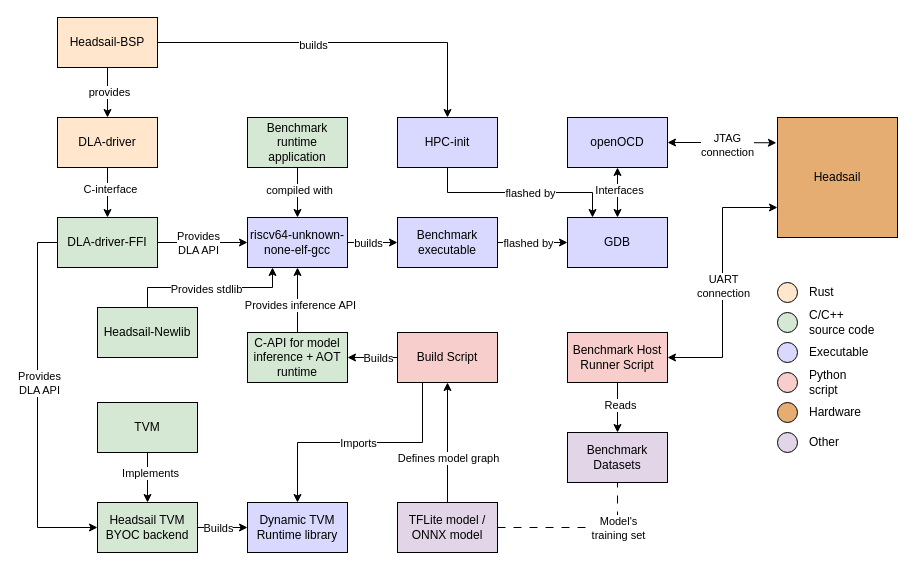
Before: drawio/dla-architecture-new.drawio in vilukissa68/masters-thesis, a draw.io diagram. Source tidied: cells renumbered, new cells numbered last; positions are measured from the earlier drawing's top-left corner, leaving out a move shared by most shapes. Both pictures are drawn from the tidied source at 100%, with x=0, y=0 at pixel (57, 17).
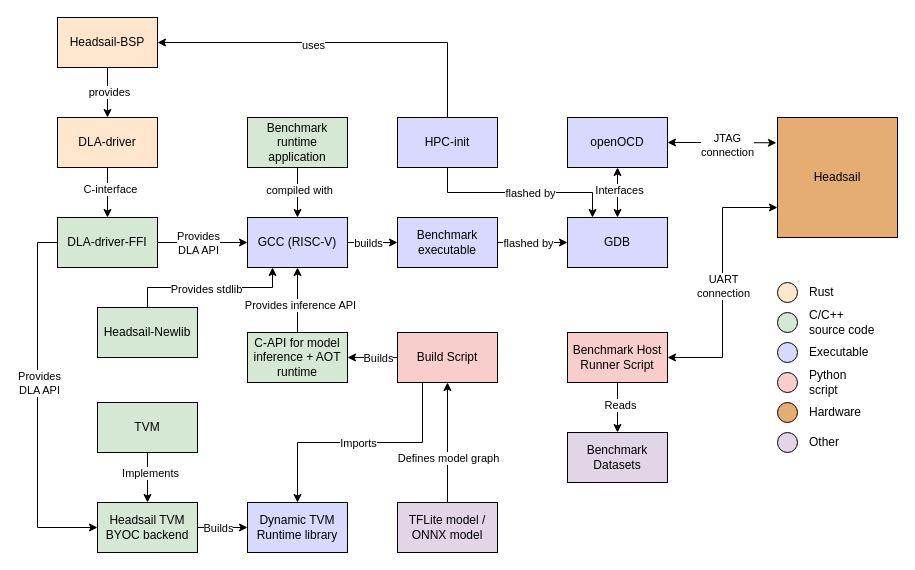
After the change.

The change refers to these unchanged cells:
```xml
<mxCell id="6" value="Headsail-BSP" style="rounded=0;whiteSpace=wrap;html=1;fillColor=#ffe6cc;strokeColor=default;" parent="1" vertex="1">
  <mxGeometry width="100" height="50" as="geometry" />
</mxCell>
<mxCell id="47" value="HPC-init" style="rounded=0;whiteSpace=wrap;html=1;fillColor=#D9D9FF;strokeColor=default;" parent="1" vertex="1">
  <mxGeometry x="340" y="100" width="100" height="50" as="geometry" />
</mxCell>
<mxCell id="71" value="TFLite model / ONNX model" style="rounded=0;whiteSpace=wrap;html=1;fillColor=#e1d5e7;strokeColor=default;" parent="1" vertex="1">
  <mxGeometry x="340" y="485" width="100" height="50" as="geometry" />
</mxCell>
<mxCell id="74" value="&lt;div&gt;Benchmark&lt;/div&gt;&lt;div&gt;Datasets&lt;br&gt;&lt;/div&gt;" style="rounded=0;whiteSpace=wrap;html=1;fillColor=#e1d5e7;strokeColor=default;" parent="1" vertex="1">
  <mxGeometry x="510" y="415" width="100" height="50" as="geometry" />
</mxCell>
```

Diff of the diagram source:
```diff
@@
-    <mxCell id="4" style="edgeStyle=orthogonalEdgeStyle;rounded=0;jettySize=auto;html=1;exitX=1;exitY=0.5;exitDx=0;exitDy=0;entryX=0.5;entryY=0;entryDx=0;entryDy=0;" parent="1" edge="1" source="6" target="47">
+    <mxCell id="4" style="edgeStyle=orthogonalEdgeStyle;rounded=0;jettySize=auto;html=1;exitX=1;exitY=0.5;exitDx=0;exitDy=0;entryX=0.5;entryY=0;entryDx=0;entryDy=0;startArrow=classic;startFill=1;endArrow=none;endFill=0;" parent="1" edge="1" source="6" target="47">
       <mxGeometry relative="1" as="geometry" />
     </mxCell>
-    <mxCell id="5" value="builds" style="edgeLabel;html=1;align=center;verticalAlign=middle;" parent="4" vertex="1">
+    <mxCell id="5" value="uses" style="edgeLabel;html=1;align=center;verticalAlign=middle;" parent="4" vertex="1">
       <mxGeometry x="-0.15" y="-2" relative="1" as="geometry" />
     </mxCell>
@@
-    <mxCell id="20" value="riscv64-unknown-none-elf-gcc" style="rounded=0;whiteSpace=wrap;html=1;fillColor=#D9D9FF;strokeColor=default;" parent="1" vertex="1">
+    <mxCell id="20" value="GCC (RISC-V)" style="rounded=0;whiteSpace=wrap;html=1;fillColor=#D9D9FF;strokeColor=default;" parent="1" vertex="1">
       <mxGeometry x="190" y="200" width="100" height="50" as="geometry" />
     </mxCell>
@@
-    <mxCell id="69" style="edgeStyle=orthogonalEdgeStyle;rounded=0;jettySize=auto;html=1;exitX=1;exitY=0.5;exitDx=0;exitDy=0;entryX=0.5;entryY=1;entryDx=0;entryDy=0;dashed=1;dashPattern=8 8;endArrow=none;endFill=0;" parent="1" edge="1" source="71" target="74">
-      <mxGeometry relative="1" as="geometry" />
-    </mxCell>
-    <mxCell id="70" value="&lt;div&gt;Model's &lt;br&gt;&lt;/div&gt;&lt;div&gt;training set&lt;/div&gt;" style="edgeLabel;html=1;align=center;verticalAlign=middle;" parent="69" vertex="1">
-      <mxGeometry x="0.49" y="-2" relative="1" as="geometry">
-        <mxPoint x="-2" y="3" as="offset" />
-      </mxGeometry>
-    </mxCell>
```
